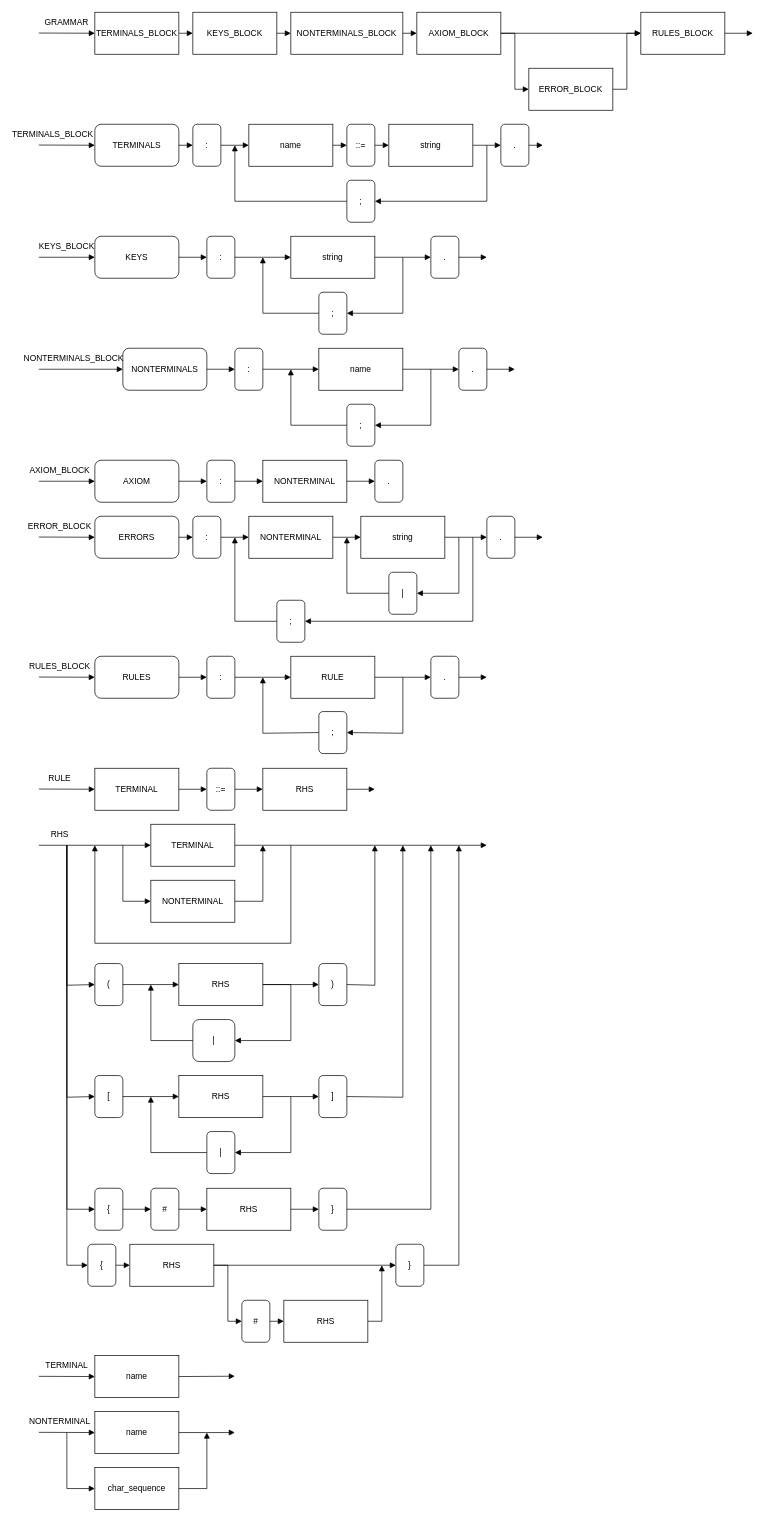
Before: docs/raw_diagrams/grammar_description.drawio in aVorotnikov/dsl_generator, a draw.io diagram. Source tidied: cells renumbered, new cells numbered last; positions are measured from the earlier drawing's top-left corner, leaving out a move shared by most shapes. Both pictures are drawn from the tidied source at 70%, with x=0, y=0 at pixel (31, 12).
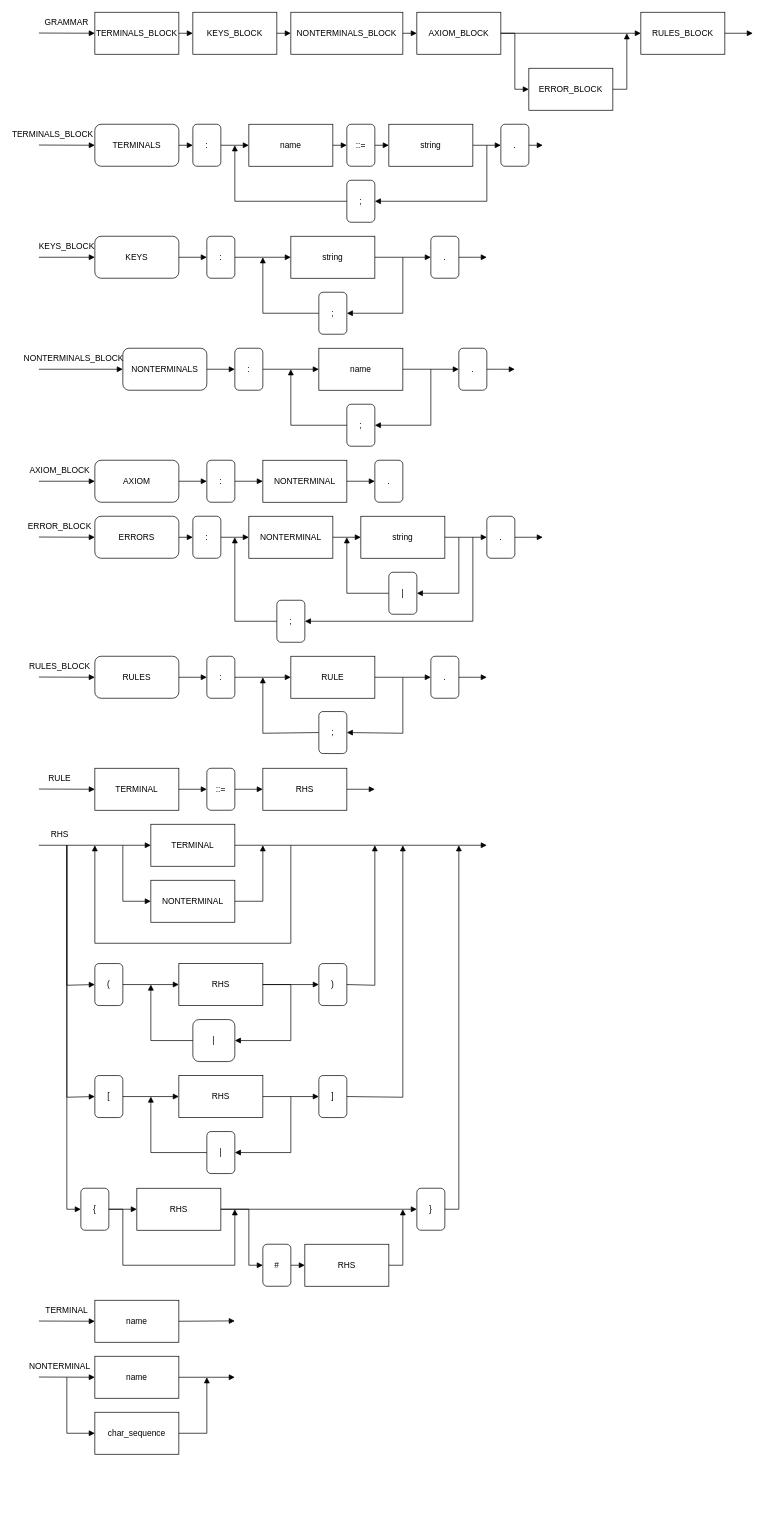
After the change.

Commit message:
Fix Tseitin iterarion

The change refers to these unchanged cells:
```xml
<mxCell id="152" value="ERROR_BLOCK" style="rounded=0;whiteSpace=wrap;html=1;fillColor=none;" parent="1" vertex="1">
  <mxGeometry x="710" y="80" width="120" height="60" as="geometry" />
</mxCell>
<mxCell id="153" value="RULES_BLOCK" style="rounded=0;whiteSpace=wrap;html=1;fillColor=none;" parent="1" vertex="1">
  <mxGeometry x="870" width="120" height="60" as="geometry" />
</mxCell>
```

What changed in the source:
```diff
@@
     <mxCell id="40" style="endArrow=block;endFill=1;html=1;rounded=0;entryX=0;entryY=0.5;entryDx=0;entryDy=0;" parent="1" edge="1" target="41">
       <mxGeometry relative="1" as="geometry">
         <mxPoint x="50" y="1190" as="sourcePoint" />
         <Array as="points">
-          <mxPoint x="50" y="1790" />
+          <mxPoint x="50" y="1710" />
         </Array>
       </mxGeometry>
     </mxCell>
     <mxCell id="41" value="{" style="rounded=1;whiteSpace=wrap;html=1;fillColor=none;" parent="1" vertex="1">
-      <mxGeometry x="80" y="1760" width="40" height="60" as="geometry" />
+      <mxGeometry x="70" y="1680" width="40" height="60" as="geometry" />
     </mxCell>
     <mxCell id="42" value="RHS" style="rounded=0;whiteSpace=wrap;html=1;fillColor=none;" parent="1" vertex="1">
-      <mxGeometry x="140" y="1760" width="120" height="60" as="geometry" />
+      <mxGeometry x="150" y="1680" width="120" height="60" as="geometry" />
     </mxCell>
@@
     <mxCell id="44" value="}" style="rounded=1;whiteSpace=wrap;html=1;fillColor=none;" parent="1" vertex="1">
-      <mxGeometry x="520" y="1760" width="40" height="60" as="geometry" />
+      <mxGeometry x="550" y="1680" width="40" height="60" as="geometry" />
     </mxCell>
@@
     <mxCell id="46" value="RHS" style="rounded=0;whiteSpace=wrap;html=1;fillColor=none;" parent="1" vertex="1">
-      <mxGeometry x="360" y="1840" width="120" height="60" as="geometry" />
+      <mxGeometry x="390" y="1760" width="120" height="60" as="geometry" />
     </mxCell>
     <mxCell id="47" style="endArrow=block;endFill=1;html=1;rounded=0;exitX=1;exitY=0.5;exitDx=0;exitDy=0;" parent="1" edge="1" source="44">
       <mxGeometry relative="1" as="geometry">
         <mxPoint x="610" y="1190" as="targetPoint" />
         <Array as="points">
-          <mxPoint x="610" y="1790" />
+          <mxPoint x="610" y="1710" />
         </Array>
       </mxGeometry>
     </mxCell>
     <mxCell id="48" value="#" style="rounded=1;whiteSpace=wrap;html=1;fillColor=none;" parent="1" vertex="1">
-      <mxGeometry x="300" y="1840" width="40" height="60" as="geometry" />
+      <mxGeometry x="330" y="1760" width="40" height="60" as="geometry" />
     </mxCell>
@@
     <mxCell id="54" style="endArrow=block;endFill=1;html=1;rounded=0;exitX=1;exitY=0.5;exitDx=0;exitDy=0;entryX=0;entryY=0.5;entryDx=0;entryDy=0;" parent="1" edge="1" source="42" target="48">
       <mxGeometry relative="1" as="geometry">
         <Array as="points">
-          <mxPoint x="280" y="1790" />
-          <mxPoint x="280" y="1870" />
+          <mxPoint x="310" y="1710" />
+          <mxPoint x="310" y="1790" />
         </Array>
       </mxGeometry>
     </mxCell>
     <mxCell id="55" style="endArrow=block;endFill=1;html=1;rounded=0;exitX=1;exitY=0.5;exitDx=0;exitDy=0;" parent="1" edge="1" source="46">
       <mxGeometry relative="1" as="geometry">
-        <mxPoint x="500" y="1790" as="targetPoint" />
+        <mxPoint x="530" y="1710" as="targetPoint" />
         <Array as="points">
-          <mxPoint x="500" y="1870" />
+          <mxPoint x="530" y="1790" />
         </Array>
       </mxGeometry>
     </mxCell>
     <mxCell id="56" style="endArrow=block;endFill=1;html=1;rounded=0;entryX=0;entryY=0.5;entryDx=0;entryDy=0;" parent="1" edge="1" target="58">
       <mxGeometry relative="1" as="geometry">
-        <mxPoint x="10" y="1948.7" as="sourcePoint" />
+        <mxPoint x="10" y="1869.7" as="sourcePoint" />
       </mxGeometry>
     </mxCell>
     <mxCell id="57" value="TERMINAL" style="text;html=1;strokeColor=none;fillColor=none;align=center;verticalAlign=middle;whiteSpace=wrap;rounded=0;" parent="1" vertex="1">
-      <mxGeometry x="20" y="1919" width="60" height="30" as="geometry" />
+      <mxGeometry x="20" y="1840" width="60" height="30" as="geometry" />
     </mxCell>
     <mxCell id="58" value="name" style="rounded=0;whiteSpace=wrap;html=1;fillColor=none;" parent="1" vertex="1">
-      <mxGeometry x="90" y="1919" width="120" height="60" as="geometry" />
+      <mxGeometry x="90" y="1840" width="120" height="60" as="geometry" />
     </mxCell>
     <mxCell id="59" style="edgeStyle=orthogonalEdgeStyle;rounded=0;jettySize=auto;html=1;endArrow=block;endFill=1;exitX=1;exitY=0.5;exitDx=0;exitDy=0;" parent="1" edge="1" source="58">
       <mxGeometry relative="1" as="geometry">
-        <mxPoint x="290" y="1948.5" as="targetPoint" />
+        <mxPoint x="290" y="1869.5" as="targetPoint" />
       </mxGeometry>
     </mxCell>
     <mxCell id="60" style="endArrow=block;endFill=1;html=1;rounded=0;entryX=0;entryY=0.5;entryDx=0;entryDy=0;" parent="1" edge="1" target="62">
       <mxGeometry relative="1" as="geometry">
-        <mxPoint x="10" y="2028.7" as="sourcePoint" />
+        <mxPoint x="10" y="1949.7" as="sourcePoint" />
       </mxGeometry>
     </mxCell>
     <mxCell id="61" value="NONTERMINAL" style="text;html=1;strokeColor=none;fillColor=none;align=center;verticalAlign=middle;whiteSpace=wrap;rounded=0;" parent="1" vertex="1">
-      <mxGeometry x="10" y="1999" width="60" height="30" as="geometry" />
+      <mxGeometry x="10" y="1920" width="60" height="30" as="geometry" />
     </mxCell>
     <mxCell id="62" value="name" style="rounded=0;whiteSpace=wrap;html=1;fillColor=none;" parent="1" vertex="1">
-      <mxGeometry x="90" y="1999" width="120" height="60" as="geometry" />
+      <mxGeometry x="90" y="1920" width="120" height="60" as="geometry" />
     </mxCell>
     <mxCell id="63" style="edgeStyle=orthogonalEdgeStyle;rounded=0;jettySize=auto;html=1;endArrow=block;endFill=1;exitX=1;exitY=0.5;exitDx=0;exitDy=0;" parent="1" edge="1" source="62">
       <mxGeometry relative="1" as="geometry">
-        <mxPoint x="290" y="2029" as="targetPoint" />
+        <mxPoint x="290" y="1950" as="targetPoint" />
       </mxGeometry>
     </mxCell>
     <mxCell id="64" value="char_sequence" style="rounded=0;whiteSpace=wrap;html=1;fillColor=none;" parent="1" vertex="1">
-      <mxGeometry x="90" y="2079" width="120" height="60" as="geometry" />
+      <mxGeometry x="90" y="2000" width="120" height="60" as="geometry" />
     </mxCell>
     <mxCell id="65" style="endArrow=block;endFill=1;html=1;rounded=0;entryX=0;entryY=0.5;entryDx=0;entryDy=0;" parent="1" edge="1" target="64">
       <mxGeometry relative="1" as="geometry">
-        <mxPoint x="50" y="2029" as="sourcePoint" />
+        <mxPoint x="50" y="1950" as="sourcePoint" />
         <Array as="points">
-          <mxPoint x="50" y="2109" />
+          <mxPoint x="50" y="2030" />
         </Array>
       </mxGeometry>
     </mxCell>
     <mxCell id="66" style="endArrow=block;endFill=1;html=1;rounded=0;exitX=1;exitY=0.5;exitDx=0;exitDy=0;" parent="1" edge="1" source="64">
       <mxGeometry relative="1" as="geometry">
-        <mxPoint x="250" y="2029" as="targetPoint" />
+        <mxPoint x="250" y="1950" as="targetPoint" />
         <Array as="points">
-          <mxPoint x="250" y="2109" />
+          <mxPoint x="250" y="2030" />
         </Array>
       </mxGeometry>
     </mxCell>
@@
-    <mxCell id="68" value="{" style="rounded=1;whiteSpace=wrap;html=1;fillColor=none;" parent="1" vertex="1">
-      <mxGeometry x="90" y="1680" width="40" height="60" as="geometry" />
-    </mxCell>
-    <mxCell id="69" style="endArrow=block;endFill=1;html=1;rounded=0;entryX=0;entryY=0.5;entryDx=0;entryDy=0;exitX=1;exitY=0.5;exitDx=0;exitDy=0;" parent="1" edge="1" source="68" target="72">
-      <mxGeometry relative="1" as="geometry" />
-    </mxCell>
-    <mxCell id="70" value="}" style="rounded=1;whiteSpace=wrap;html=1;fillColor=none;" parent="1" vertex="1">
-      <mxGeometry x="410" y="1680" width="40" height="60" as="geometry" />
-    </mxCell>
-    <mxCell id="71" value="RHS" style="rounded=0;whiteSpace=wrap;html=1;fillColor=none;" parent="1" vertex="1">
-      <mxGeometry x="250" y="1680" width="120" height="60" as="geometry" />
-    </mxCell>
-    <mxCell id="72" value="#" style="rounded=1;whiteSpace=wrap;html=1;fillColor=none;" parent="1" vertex="1">
-      <mxGeometry x="170" y="1680" width="40" height="60" as="geometry" />
-    </mxCell>
-    <mxCell id="73" style="endArrow=block;endFill=1;html=1;rounded=0;entryX=0;entryY=0.5;entryDx=0;entryDy=0;exitX=1;exitY=0.5;exitDx=0;exitDy=0;" parent="1" edge="1" source="72" target="71">
-      <mxGeometry relative="1" as="geometry" />
-    </mxCell>
-    <mxCell id="74" style="endArrow=block;endFill=1;html=1;rounded=0;exitX=1;exitY=0.5;exitDx=0;exitDy=0;entryX=0;entryY=0.5;entryDx=0;entryDy=0;" parent="1" edge="1" source="71" target="70">
-      <mxGeometry relative="1" as="geometry" />
-    </mxCell>
-    <mxCell id="75" style="endArrow=block;endFill=1;html=1;rounded=0;exitX=1;exitY=0.5;exitDx=0;exitDy=0;" parent="1" edge="1" source="70">
-      <mxGeometry relative="1" as="geometry">
-        <mxPoint x="570" y="1190" as="targetPoint" />
-        <Array as="points">
-          <mxPoint x="570" y="1710" />
-        </Array>
-      </mxGeometry>
-    </mxCell>
-    <mxCell id="76" style="endArrow=block;endFill=1;html=1;rounded=0;entryX=0;entryY=0.5;entryDx=0;entryDy=0;" parent="1" edge="1" target="68">
-      <mxGeometry relative="1" as="geometry">
-        <mxPoint x="50" y="1190" as="sourcePoint" />
-        <Array as="points">
-          <mxPoint x="50" y="1710" />
-        </Array>
-      </mxGeometry>
-    </mxCell>
@@
-    <mxCell id="160" style="endArrow=block;endFill=1;html=1;rounded=0;entryX=0;entryY=0.5;entryDx=0;entryDy=0;exitX=1;exitY=0.5;exitDx=0;exitDy=0;" parent="1" edge="1" source="152" target="153">
+    <mxCell id="160" style="endArrow=block;endFill=1;html=1;rounded=0;exitX=1;exitY=0.5;exitDx=0;exitDy=0;" parent="1" edge="1" source="152">
       <mxGeometry relative="1" as="geometry">
+        <mxPoint x="850" y="30" as="targetPoint" />
         <Array as="points">
           <mxPoint x="850" y="110" />
-          <mxPoint x="850" y="30" />
         </Array>
       </mxGeometry>
     </mxCell>
@@
+    <mxCell id="168" style="endArrow=block;endFill=1;html=1;rounded=0;exitX=1;exitY=0.5;exitDx=0;exitDy=0;" parent="1" edge="1" source="41">
+      <mxGeometry relative="1" as="geometry">
+        <mxPoint x="290" y="1710" as="targetPoint" />
+        <Array as="points">
+          <mxPoint x="130" y="1710" />
+          <mxPoint x="130" y="1790" />
+          <mxPoint x="290" y="1790" />
+        </Array>
+      </mxGeometry>
+    </mxCell>
```
